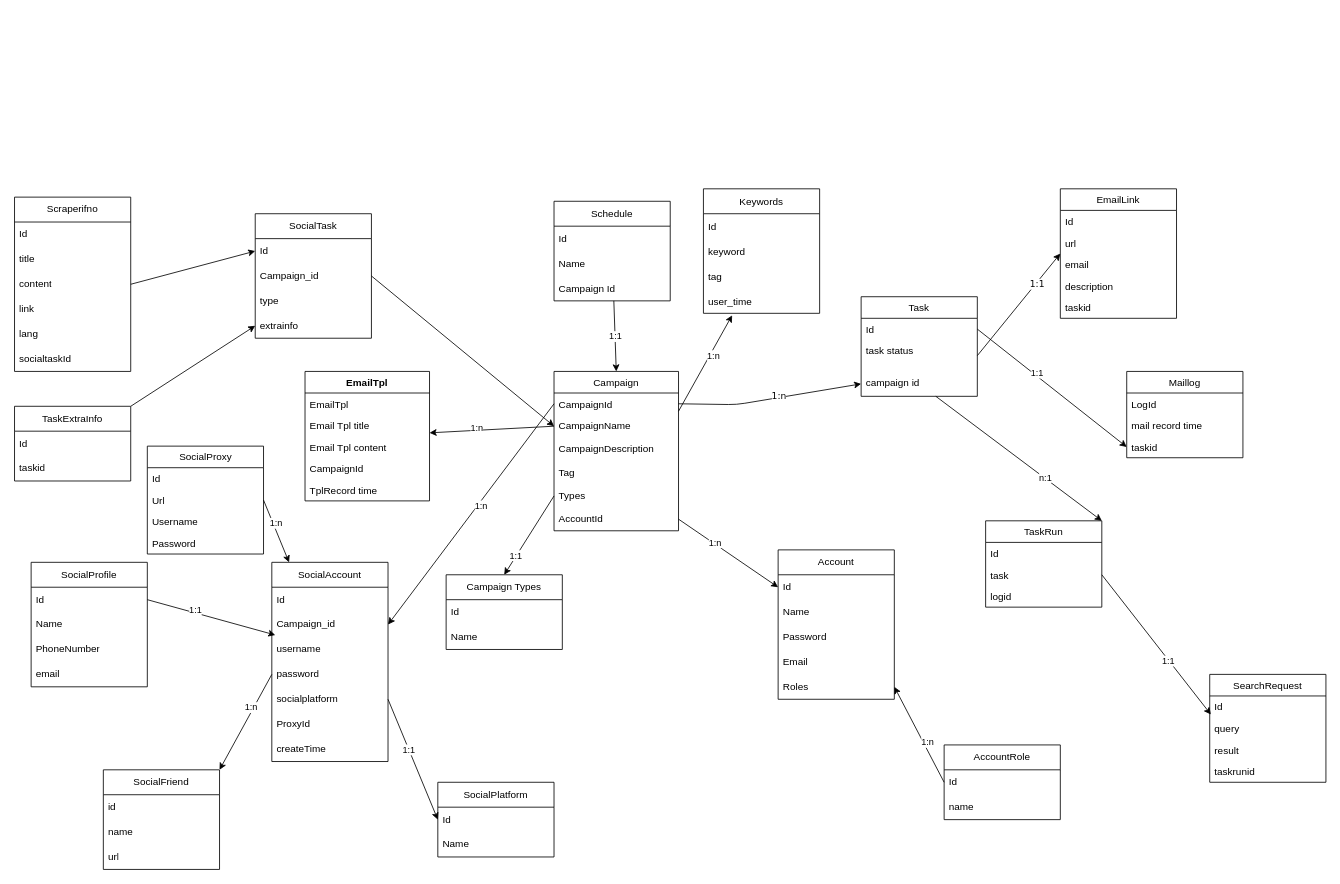
Earlier version of the draw.io diagram doc/class.drawio (robertzengcn/marketing). Source tidied: cells renumbered, new cells numbered last; positions are measured from the earlier drawing's top-left corner, leaving out a move shared by most shapes. Both pictures are drawn from the tidied source at 83%, with x=0, y=0 at pixel (14, 188).
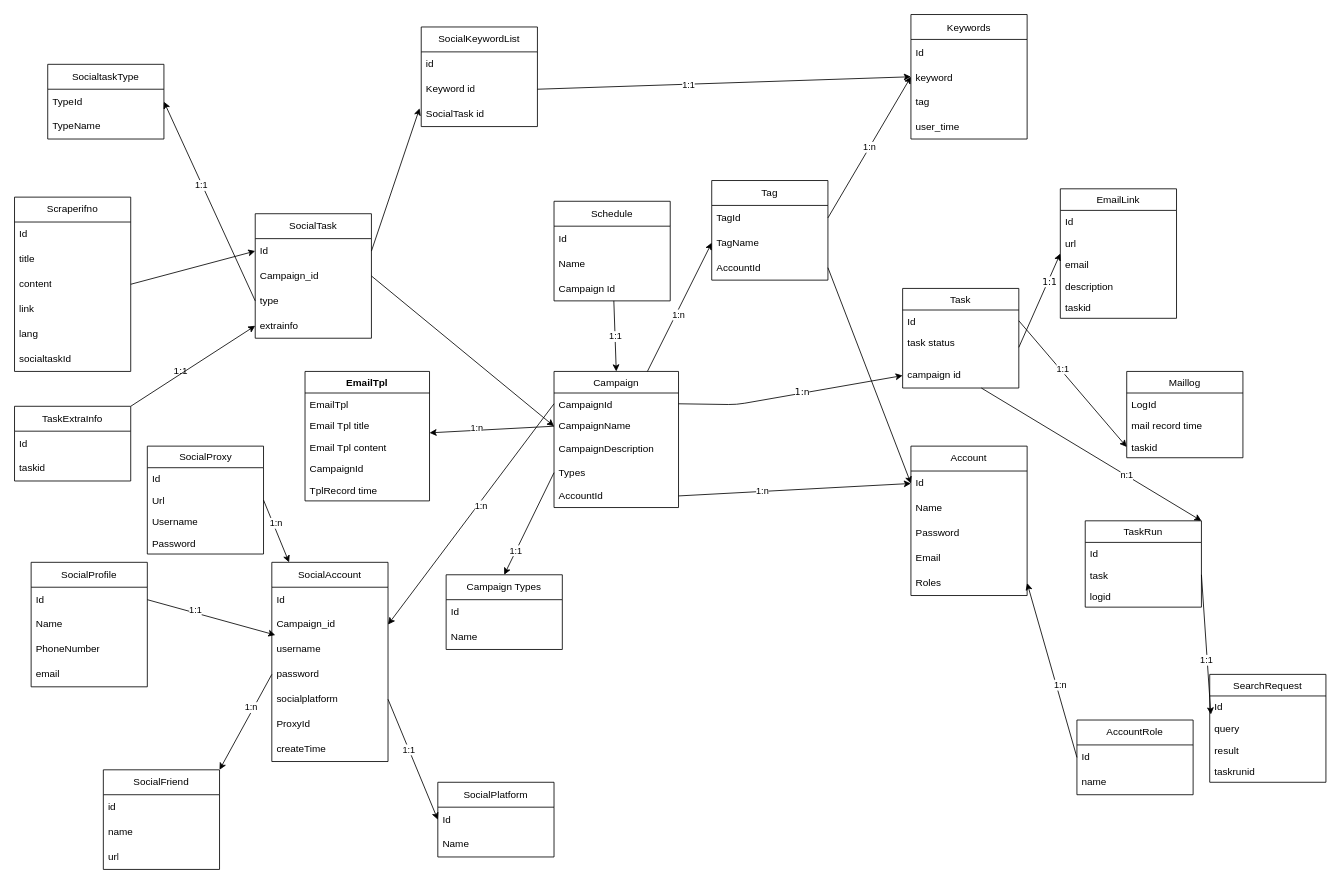
The same page after the edit.

Unchanged cells that the change refers to:
```xml
<mxCell id="55" value="keyword" style="text;strokeColor=none;fillColor=none;align=left;verticalAlign=middle;spacingLeft=4;spacingRight=4;overflow=hidden;points=[[0,0.5],[1,0.5]];portConstraint=eastwest;" parent="53" vertex="1">
  <mxGeometry y="60" width="140" height="30" as="geometry" />
</mxCell>
<mxCell id="57" value="user_time" style="text;strokeColor=none;fillColor=none;align=left;verticalAlign=middle;spacingLeft=4;spacingRight=4;overflow=hidden;points=[[0,0.5],[1,0.5]];portConstraint=eastwest;" parent="53" vertex="1">
  <mxGeometry y="120" width="140" height="30" as="geometry" />
</mxCell>
<mxCell id="94" value="Id" style="text;strokeColor=none;fillColor=none;align=left;verticalAlign=middle;spacingLeft=4;spacingRight=4;overflow=hidden;points=[[0,0.5],[1,0.5]];portConstraint=eastwest;whiteSpace=wrap;html=1;" parent="93" vertex="1">
  <mxGeometry y="30" width="140" height="30" as="geometry" />
</mxCell>
<mxCell id="96" value="type" style="text;strokeColor=none;fillColor=none;align=left;verticalAlign=middle;spacingLeft=4;spacingRight=4;overflow=hidden;points=[[0,0.5],[1,0.5]];portConstraint=eastwest;whiteSpace=wrap;html=1;" parent="93" vertex="1">
  <mxGeometry y="90" width="140" height="30" as="geometry" />
</mxCell>
```

What changed in the source:
```diff
@@
-    <mxCell id="2" style="edgeStyle=none;html=1;exitX=1;exitY=0.25;exitDx=0;exitDy=0;entryX=0.247;entryY=1.08;entryDx=0;entryDy=0;entryPerimeter=0;" parent="1" edge="1" source="4" target="57">
-      <mxGeometry relative="1" as="geometry" />
-    </mxCell>
+    <mxCell id="133" style="edgeStyle=none;html=1;exitX=0.75;exitY=0;exitDx=0;exitDy=0;entryX=0;entryY=0.5;entryDx=0;entryDy=0;" parent="1" edge="1" source="4" target="135">
+      <mxGeometry relative="1" as="geometry" />
+    </mxCell>
-    <mxCell id="3" value="1:n" style="edgeLabel;html=1;align=center;verticalAlign=middle;" parent="2" vertex="1">
-      <mxGeometry x="0.19" y="-3" relative="1" as="geometry" />
+    <mxCell id="3" value="1:n" style="edgeLabel;html=1;align=center;verticalAlign=middle;" parent="133" vertex="1">
+      <mxGeometry x="-0.1" y="-2" relative="1" as="geometry" />
     </mxCell>
     <mxCell id="4" value="Campaign" style="swimlane;fontStyle=0;horizontal=1;startSize=26;fillColor=none;" parent="1" vertex="1">
-      <mxGeometry x="650" y="220" width="150" height="192" as="geometry" />
+      <mxGeometry x="650" y="220" width="150" height="164" as="geometry" />
     </mxCell>
@@
-    <mxCell id="8" value="Tag" style="text;strokeColor=none;fillColor=none;align=left;verticalAlign=top;spacingLeft=4;spacingRight=4;overflow=hidden;" parent="4" vertex="1">
-      <mxGeometry y="108" width="150" height="28" as="geometry" />
-    </mxCell>
     <mxCell id="9" value="Types" style="text;strokeColor=none;fillColor=none;align=left;verticalAlign=top;spacingLeft=4;spacingRight=4;overflow=hidden;points=[[0,0.5],[1,0.5]];portConstraint=eastwest;" parent="4" vertex="1">
-      <mxGeometry y="136" width="150" height="28" as="geometry" />
+      <mxGeometry y="108" width="150" height="28" as="geometry" />
     </mxCell>
     <mxCell id="10" value="AccountId" style="text;strokeColor=none;fillColor=none;align=left;verticalAlign=top;spacingLeft=4;spacingRight=4;overflow=hidden;points=[[0,0.5],[1,0.5]];portConstraint=eastwest;" parent="4" vertex="1">
-      <mxGeometry y="164" width="150" height="28" as="geometry" />
+      <mxGeometry y="136" width="150" height="28" as="geometry" />
     </mxCell>
@@
     <mxCell id="27" value="Task" style="swimlane;fontStyle=0;horizontal=1;startSize=26;fillColor=none;" parent="1" vertex="1">
-      <mxGeometry x="1020" y="130" width="140" height="120" as="geometry" />
+      <mxGeometry x="1070" y="120" width="140" height="120" as="geometry" />
     </mxCell>
@@
     <mxCell id="35" value="TaskRun" style="swimlane;fontStyle=0;horizontal=1;startSize=26;fillColor=none;" parent="1" vertex="1">
-      <mxGeometry x="1170" y="400" width="140" height="104" as="geometry" />
+      <mxGeometry x="1290" y="400" width="140" height="104" as="geometry" />
     </mxCell>
@@
     <mxCell id="53" value="Keywords" style="swimlane;fontStyle=0;horizontal=1;startSize=30;" parent="1" vertex="1">
-      <mxGeometry x="830" width="140" height="150" as="geometry" />
+      <mxGeometry x="1080" y="-210" width="140" height="150" as="geometry" />
     </mxCell>
@@
     <mxCell id="111" value="Account" style="swimlane;fontStyle=0;horizontal=1;startSize=30;whiteSpace=wrap;html=1;" parent="1" vertex="1">
-      <mxGeometry x="920" y="435" width="140" height="180" as="geometry" />
+      <mxGeometry x="1080" y="310" width="140" height="180" as="geometry" />
     </mxCell>
@@
     <mxCell id="128" value="AccountRole" style="swimlane;fontStyle=0;horizontal=1;startSize=30;whiteSpace=wrap;html=1;" parent="1" vertex="1">
-      <mxGeometry x="1120" y="670" width="140" height="90" as="geometry" />
+      <mxGeometry x="1280" y="640" width="140" height="90" as="geometry" />
     </mxCell>
@@
+    <mxCell id="8" value="Tag" style="swimlane;fontStyle=0;horizontal=1;startSize=30;whiteSpace=wrap;html=1;" parent="1" vertex="1">
+      <mxGeometry x="840" y="-10" width="140" height="120" as="geometry" />
+    </mxCell>
+    <mxCell id="134" value="TagId" style="text;strokeColor=none;fillColor=none;align=left;verticalAlign=middle;spacingLeft=4;spacingRight=4;overflow=hidden;points=[[0,0.5],[1,0.5]];portConstraint=eastwest;whiteSpace=wrap;html=1;" parent="8" vertex="1">
+      <mxGeometry y="30" width="140" height="30" as="geometry" />
+    </mxCell>
+    <mxCell id="135" value="TagName" style="text;strokeColor=none;fillColor=none;align=left;verticalAlign=middle;spacingLeft=4;spacingRight=4;overflow=hidden;points=[[0,0.5],[1,0.5]];portConstraint=eastwest;whiteSpace=wrap;html=1;" parent="8" vertex="1">
+      <mxGeometry y="60" width="140" height="30" as="geometry" />
+    </mxCell>
+    <mxCell id="136" value="AccountId" style="text;strokeColor=none;fillColor=none;align=left;verticalAlign=middle;spacingLeft=4;spacingRight=4;overflow=hidden;points=[[0,0.5],[1,0.5]];portConstraint=eastwest;whiteSpace=wrap;html=1;" parent="8" vertex="1">
+      <mxGeometry y="90" width="140" height="30" as="geometry" />
+    </mxCell>
+    <mxCell id="137" value="1:n" style="edgeStyle=none;html=1;exitX=1;exitY=0.5;exitDx=0;exitDy=0;entryX=0;entryY=0.5;entryDx=0;entryDy=0;" parent="1" edge="1" source="134" target="55">
+      <mxGeometry relative="1" as="geometry" />
+    </mxCell>
+    <mxCell id="138" value="SocialKeywordList" style="swimlane;fontStyle=0;horizontal=1;startSize=30;whiteSpace=wrap;html=1;" parent="1" vertex="1">
+      <mxGeometry x="490" y="-195" width="140" height="120" as="geometry" />
+    </mxCell>
+    <mxCell id="139" value="id" style="text;strokeColor=none;fillColor=none;align=left;verticalAlign=middle;spacingLeft=4;spacingRight=4;overflow=hidden;whiteSpace=wrap;html=1;" parent="138" vertex="1">
+      <mxGeometry y="30" width="140" height="30" as="geometry" />
+    </mxCell>
+    <mxCell id="140" value="Keyword id" style="text;strokeColor=none;fillColor=none;align=left;verticalAlign=middle;spacingLeft=4;spacingRight=4;overflow=hidden;points=[[0,0.5],[1,0.5]];portConstraint=eastwest;whiteSpace=wrap;html=1;" parent="138" vertex="1">
+      <mxGeometry y="60" width="140" height="30" as="geometry" />
+    </mxCell>
+    <mxCell id="141" value="SocialTask id" style="text;strokeColor=none;fillColor=none;align=left;verticalAlign=middle;spacingLeft=4;spacingRight=4;overflow=hidden;points=[[0,0.5],[1,0.5]];portConstraint=eastwest;whiteSpace=wrap;html=1;" parent="138" vertex="1">
+      <mxGeometry y="90" width="140" height="30" as="geometry" />
+    </mxCell>
+    <mxCell id="142" style="edgeStyle=none;html=1;exitX=1;exitY=0.5;exitDx=0;exitDy=0;entryX=-0.014;entryY=0.267;entryDx=0;entryDy=0;entryPerimeter=0;" parent="1" edge="1" source="94" target="141">
+      <mxGeometry relative="1" as="geometry" />
+    </mxCell>
+    <mxCell id="143" style="edgeStyle=none;html=1;exitX=1;exitY=0.5;exitDx=0;exitDy=0;entryX=0;entryY=0.5;entryDx=0;entryDy=0;" parent="1" edge="1" source="140" target="55">
+      <mxGeometry relative="1" as="geometry" />
+    </mxCell>
+    <mxCell id="144" value="1:1" style="edgeLabel;html=1;align=center;verticalAlign=middle;" parent="143" vertex="1">
+      <mxGeometry x="-0.19" y="-1" relative="1" as="geometry" />
+    </mxCell>
+    <mxCell id="145" value="SocialtaskType" style="swimlane;fontStyle=0;horizontal=1;startSize=30;whiteSpace=wrap;html=1;" parent="1" vertex="1">
+      <mxGeometry x="40" y="-150" width="140" height="90" as="geometry" />
+    </mxCell>
+    <mxCell id="146" value="TypeId" style="text;strokeColor=none;fillColor=none;align=left;verticalAlign=middle;spacingLeft=4;spacingRight=4;overflow=hidden;whiteSpace=wrap;html=1;" parent="145" vertex="1">
+      <mxGeometry y="30" width="140" height="30" as="geometry" />
+    </mxCell>
+    <mxCell id="147" value="TypeName" style="text;strokeColor=none;fillColor=none;align=left;verticalAlign=middle;spacingLeft=4;spacingRight=4;overflow=hidden;whiteSpace=wrap;html=1;" parent="145" vertex="1">
+      <mxGeometry y="60" width="140" height="30" as="geometry" />
+    </mxCell>
+    <mxCell id="148" style="edgeStyle=none;html=1;exitX=0;exitY=0.5;exitDx=0;exitDy=0;entryX=1;entryY=0.5;entryDx=0;entryDy=0;" parent="1" edge="1" source="96" target="145">
+      <mxGeometry relative="1" as="geometry" />
+    </mxCell>
+    <mxCell id="149" value="1:1" style="edgeLabel;html=1;align=center;verticalAlign=middle;" parent="148" vertex="1">
+      <mxGeometry x="0.17" y="2" relative="1" as="geometry" />
+    </mxCell>
+    <mxCell id="150" style="edgeStyle=none;html=1;exitX=1;exitY=0.5;exitDx=0;exitDy=0;entryX=0;entryY=0.25;entryDx=0;entryDy=0;" parent="1" edge="1" source="136" target="111">
+      <mxGeometry relative="1" as="geometry" />
+    </mxCell>
+    <mxCell id="151" value="1:1" style="text;html=1;align=center;verticalAlign=middle;strokeColor=none;fillColor=none;" parent="1" vertex="1">
+      <mxGeometry x="180" y="205" width="40" height="30" as="geometry" />
+    </mxCell>
```
